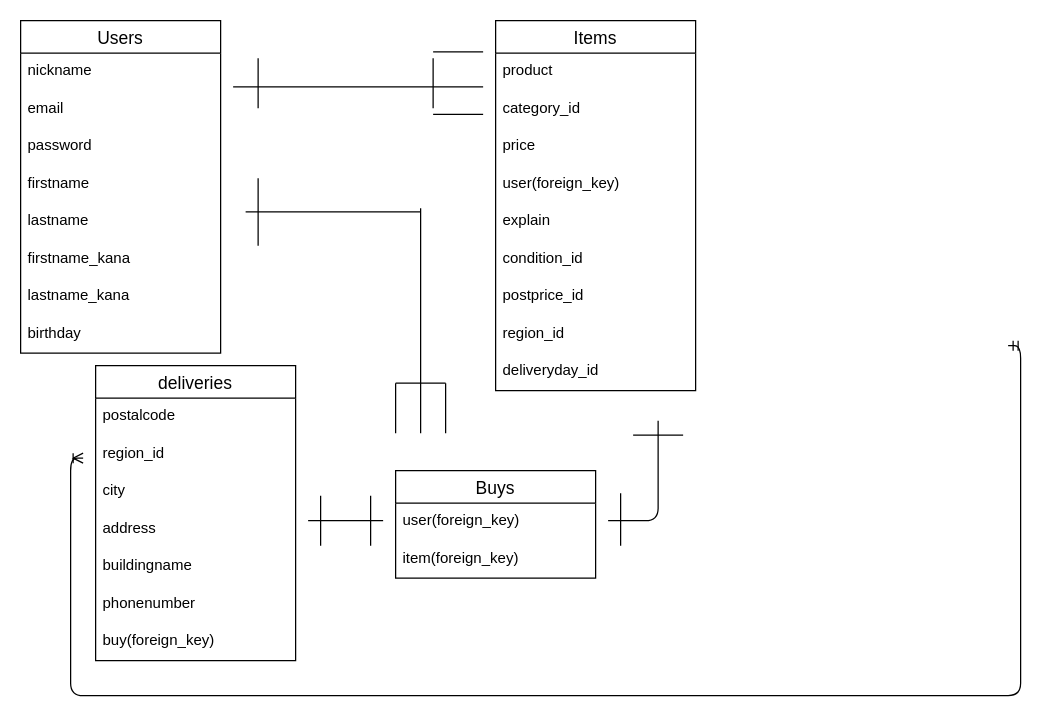
This is furima.dio from jaykim3217/furima-37818, a draw.io file, before an edit. Source tidied: cells renumbered, new cells numbered last; positions are measured from the earlier drawing's top-left corner, leaving out a move shared by most shapes. Both pictures are drawn from the tidied source at 125%, with x=0, y=0 at pixel (20, 20).
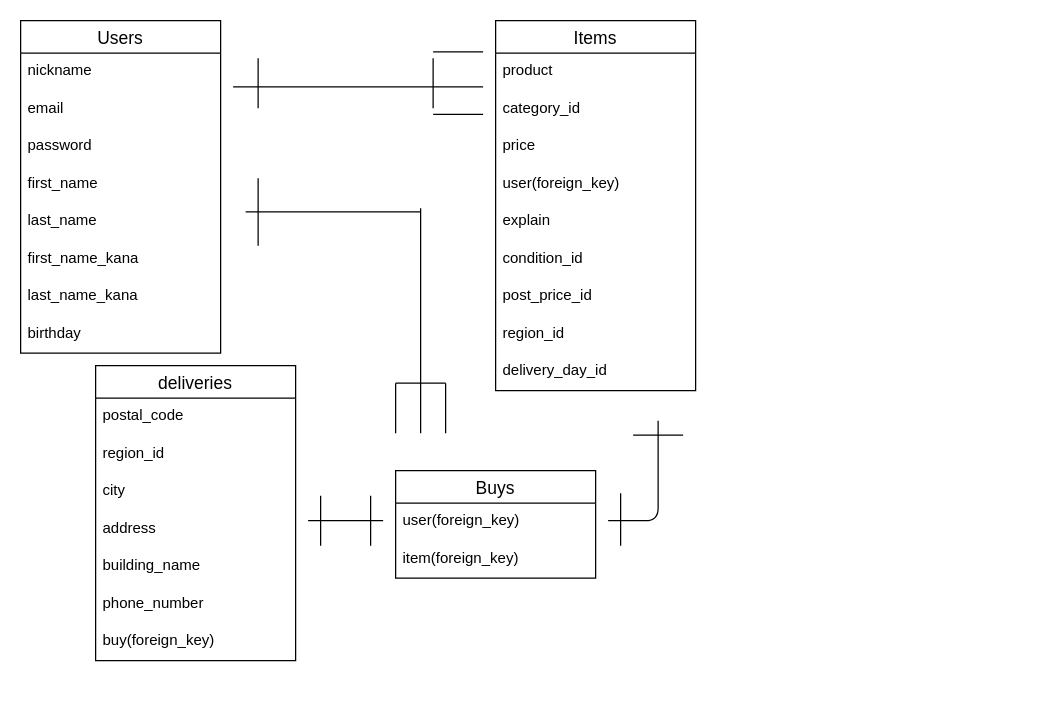
The same page after the edit.

Unchanged cells that the change refers to:
```xml
<mxCell id="2" value="Users" style="swimlane;fontStyle=0;horizontal=1;startSize=26;align=center;fontSize=14;" parent="1" vertex="1">
  <mxGeometry width="160" height="266" as="geometry" />
</mxCell>
<mxCell id="11" value="Items" style="swimlane;fontStyle=0;horizontal=1;startSize=26;align=center;fontSize=14;" parent="1" vertex="1">
  <mxGeometry x="380" width="160" height="296" as="geometry" />
</mxCell>
<mxCell id="24" value="deliveries" style="swimlane;fontStyle=0;horizontal=1;startSize=26;align=center;fontSize=14;" parent="1" vertex="1">
  <mxGeometry x="60" y="276" width="160" height="236" as="geometry" />
</mxCell>
```

Change to the diagram source:
```diff
@@
-    <mxCell id="6" value="firstname  " style="text;strokeColor=none;fillColor=none;spacingLeft=4;spacingRight=4;overflow=hidden;fontSize=12;" parent="2" vertex="1">
+    <mxCell id="6" value="first_name  " style="text;strokeColor=none;fillColor=none;spacingLeft=4;spacingRight=4;overflow=hidden;fontSize=12;" parent="2" vertex="1">
       <mxGeometry y="116" width="160" height="30" as="geometry" />
     </mxCell>
-    <mxCell id="7" value="lastname" style="text;strokeColor=none;fillColor=none;spacingLeft=4;spacingRight=4;overflow=hidden;fontSize=12;" parent="2" vertex="1">
+    <mxCell id="7" value="last_name" style="text;strokeColor=none;fillColor=none;spacingLeft=4;spacingRight=4;overflow=hidden;fontSize=12;" parent="2" vertex="1">
       <mxGeometry y="146" width="160" height="30" as="geometry" />
     </mxCell>
-    <mxCell id="8" value="firstname_kana" style="text;strokeColor=none;fillColor=none;spacingLeft=4;spacingRight=4;overflow=hidden;fontSize=12;" parent="2" vertex="1">
+    <mxCell id="8" value="first_name_kana" style="text;strokeColor=none;fillColor=none;spacingLeft=4;spacingRight=4;overflow=hidden;fontSize=12;" parent="2" vertex="1">
       <mxGeometry y="176" width="160" height="30" as="geometry" />
     </mxCell>
-    <mxCell id="9" value="lastname_kana" style="text;strokeColor=none;fillColor=none;spacingLeft=4;spacingRight=4;overflow=hidden;fontSize=12;" parent="2" vertex="1">
+    <mxCell id="9" value="last_name_kana" style="text;strokeColor=none;fillColor=none;spacingLeft=4;spacingRight=4;overflow=hidden;fontSize=12;" parent="2" vertex="1">
       <mxGeometry y="206" width="160" height="30" as="geometry" />
     </mxCell>
@@
-    <mxCell id="18" value="postprice_id" style="text;strokeColor=none;fillColor=none;spacingLeft=4;spacingRight=4;overflow=hidden;fontSize=12;" parent="11" vertex="1">
+    <mxCell id="18" value="post_price_id" style="text;strokeColor=none;fillColor=none;spacingLeft=4;spacingRight=4;overflow=hidden;fontSize=12;" parent="11" vertex="1">
       <mxGeometry y="206" width="160" height="30" as="geometry" />
     </mxCell>
@@
-    <mxCell id="20" value="deliveryday_id" style="text;strokeColor=none;fillColor=none;spacingLeft=4;spacingRight=4;overflow=hidden;fontSize=12;" parent="11" vertex="1">
+    <mxCell id="20" value="delivery_day_id" style="text;strokeColor=none;fillColor=none;spacingLeft=4;spacingRight=4;overflow=hidden;fontSize=12;" parent="11" vertex="1">
       <mxGeometry y="266" width="160" height="30" as="geometry" />
     </mxCell>
@@
-    <mxCell id="25" value="postalcode" style="text;strokeColor=none;fillColor=none;spacingLeft=4;spacingRight=4;overflow=hidden;fontSize=12;" parent="24" vertex="1">
+    <mxCell id="25" value="postal_code" style="text;strokeColor=none;fillColor=none;spacingLeft=4;spacingRight=4;overflow=hidden;fontSize=12;" parent="24" vertex="1">
       <mxGeometry y="26" width="160" height="30" as="geometry" />
     </mxCell>
@@
-    <mxCell id="29" value="buildingname" style="text;strokeColor=none;fillColor=none;spacingLeft=4;spacingRight=4;overflow=hidden;fontSize=12;" parent="24" vertex="1">
+    <mxCell id="29" value="building_name" style="text;strokeColor=none;fillColor=none;spacingLeft=4;spacingRight=4;overflow=hidden;fontSize=12;" parent="24" vertex="1">
       <mxGeometry y="146" width="160" height="30" as="geometry" />
     </mxCell>
-    <mxCell id="30" value="phonenumber" style="text;strokeColor=none;fillColor=none;spacingLeft=4;spacingRight=4;overflow=hidden;fontSize=12;" parent="24" vertex="1">
+    <mxCell id="30" value="phone_number" style="text;strokeColor=none;fillColor=none;spacingLeft=4;spacingRight=4;overflow=hidden;fontSize=12;" parent="24" vertex="1">
       <mxGeometry y="176" width="160" height="30" as="geometry" />
     </mxCell>
@@
-    <mxCell id="49" style="edgeStyle=orthogonalEdgeStyle;fontSize=12;html=1;endArrow=ERoneToMany;startArrow=ERmandOne;rounded=1;labelBackgroundColor=default;fontFamily=Helvetica;fontColor=default;strokeColor=default;elbow=vertical;" parent="1" edge="1">
-      <mxGeometry relative="1" as="geometry">
-        <mxPoint x="790" y="260" as="sourcePoint" />
-        <mxPoint x="50" y="350" as="targetPoint" />
-        <Array as="points">
-          <mxPoint x="800" y="260" />
-          <mxPoint x="800" y="540" />
-          <mxPoint x="40" y="540" />
-          <mxPoint x="40" y="350" />
-        </Array>
-      </mxGeometry>
-    </mxCell>
```
